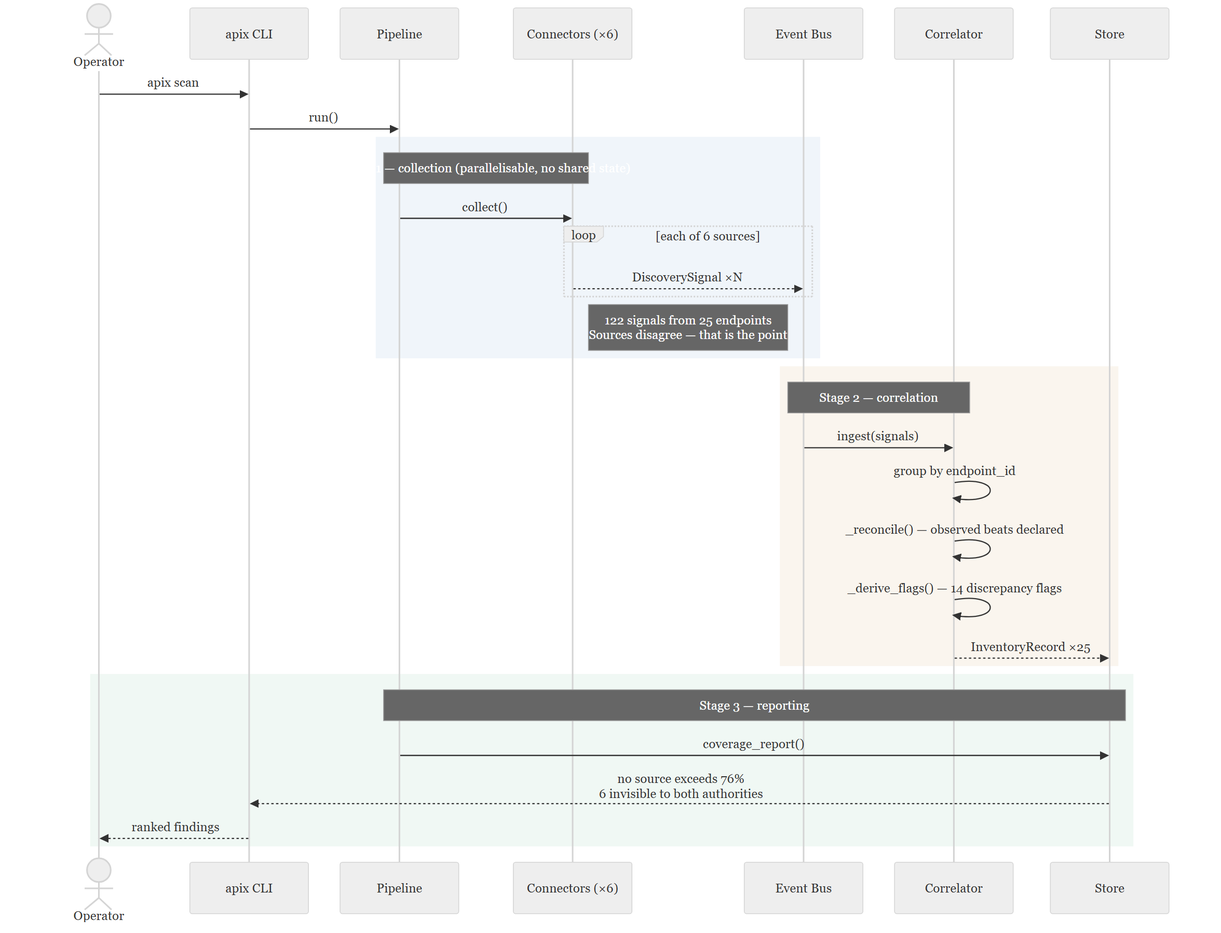
shivanshjindal28/api-exorcist keeps this Mermaid diagram as docs/diagrams/sequence-scan.png. Above is the earlier version. Its source is kept beside it as docs/diagrams/sequence-scan.mmd.
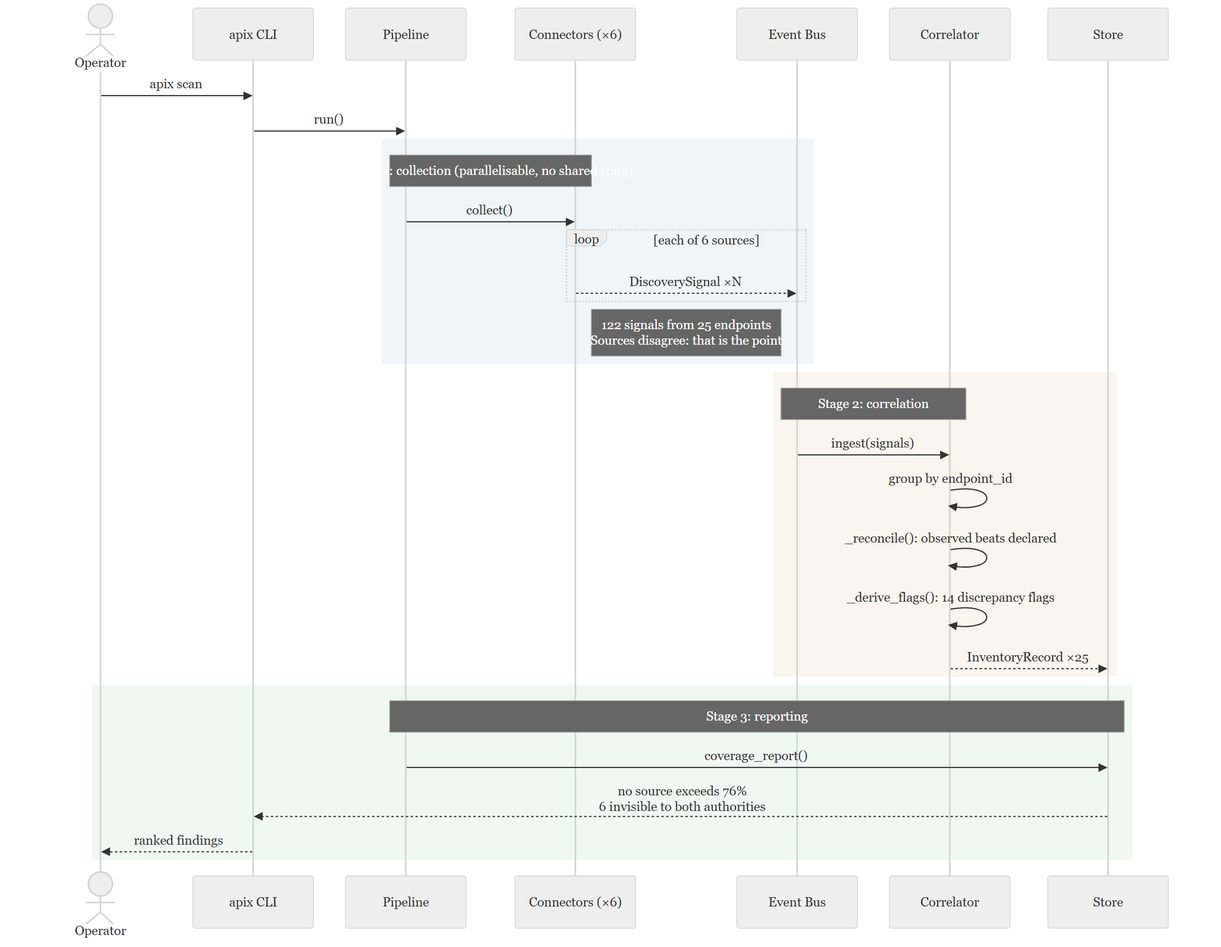
Later version of the same file.

The edit, as a diff of the source:
```diff
@@ -11,25 +11,25 @@
     CLI->>PIPE: run()
 
     rect rgb(240,245,250)
-        note over PIPE,CN: Stage 1 — collection (parallelisable, no shared state)
+        note over PIPE,CN: Stage 1: collection (parallelisable, no shared state)
         PIPE->>CN: collect()
         loop each of 6 sources
             CN-->>BUS: DiscoverySignal ×N
         end
-        note right of CN: 122 signals from 25 endpoints<br/>Sources disagree — that is the point
+        note right of CN: 122 signals from 25 endpoints<br/>Sources disagree: that is the point
     end
 
     rect rgb(250,245,238)
-        note over BUS,COR: Stage 2 — correlation
+        note over BUS,COR: Stage 2: correlation
         BUS->>COR: ingest(signals)
         COR->>COR: group by endpoint_id
-        COR->>COR: _reconcile() — observed beats declared
-        COR->>COR: _derive_flags() — 14 discrepancy flags
+        COR->>COR: _reconcile(): observed beats declared
+        COR->>COR: _derive_flags(): 14 discrepancy flags
         COR-->>ST: InventoryRecord ×25
     end
 
     rect rgb(240,248,244)
-        note over PIPE,ST: Stage 3 — reporting
+        note over PIPE,ST: Stage 3: reporting
         PIPE->>ST: coverage_report()
         ST-->>CLI: no source exceeds 76%<br/>6 invisible to both authorities
         CLI-->>OP: ranked findings
```
